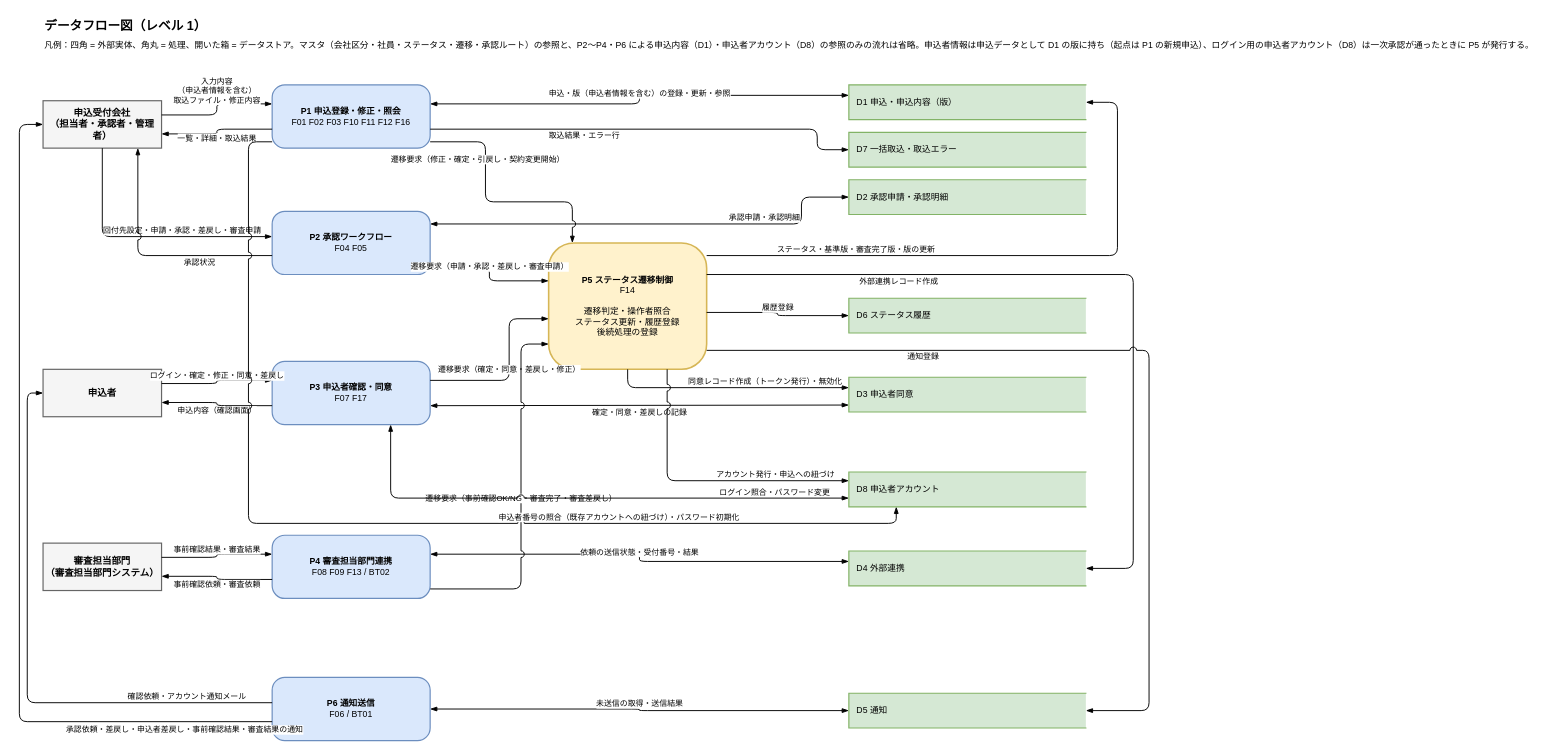
Above: docs/diagrams/dfd.drawio in yasudaProduct/JavaServletSample2 (draw.io), before the change. Source tidied: cells renumbered, new cells numbered last; positions are measured from the earlier drawing's top-left corner, leaving out a move shared by most shapes. Both pictures are drawn from the tidied source at 79%, with x=0, y=0 at pixel (19, 13).
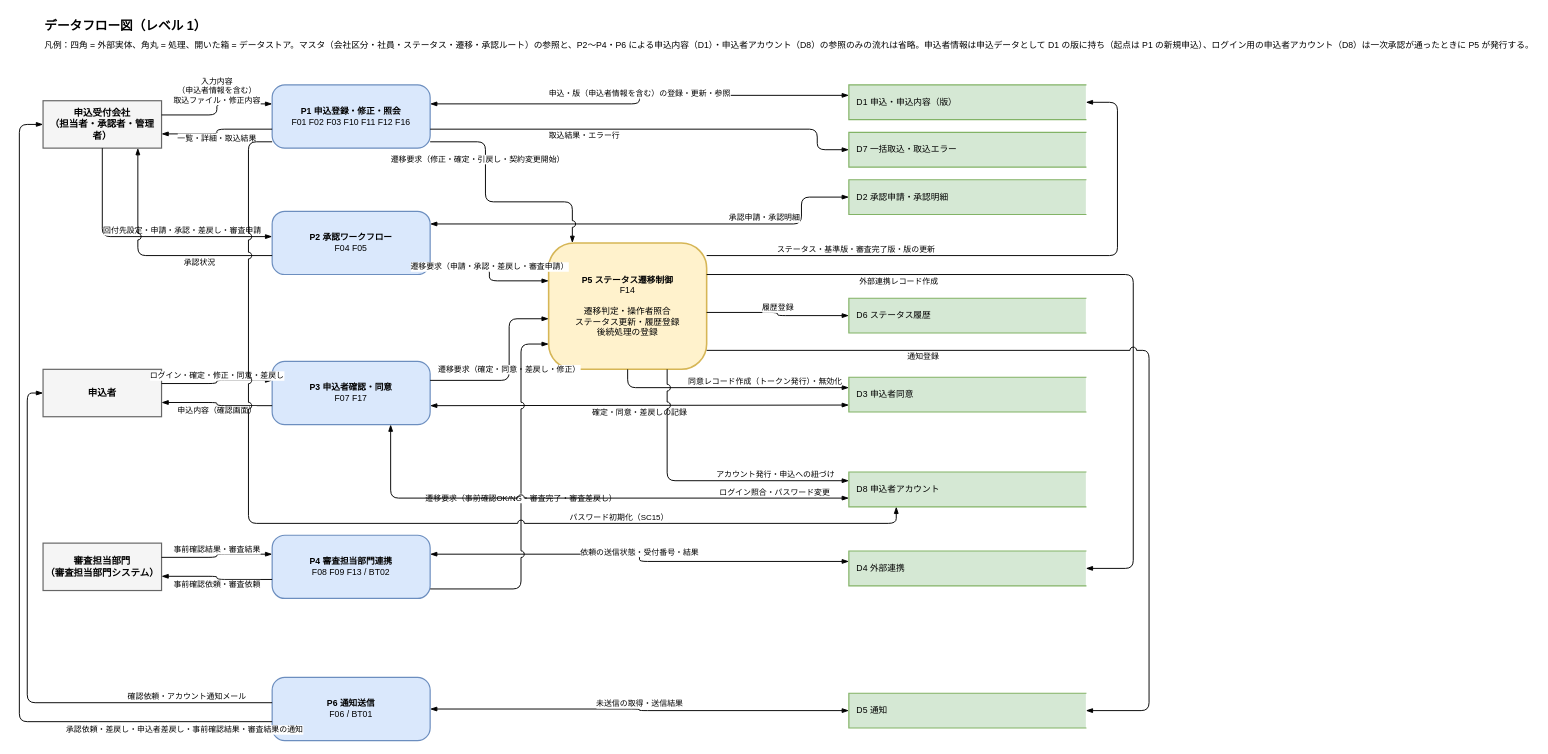
Above is the later version.

Unchanged cells that the change refers to:
```xml
<mxCell id="7" value="&lt;b&gt;P1 申込登録・修正・照会&lt;/b&gt;&lt;br&gt;F01 F02 F03 F10 F11 F12 F16" style="rounded=1;whiteSpace=wrap;html=1;fillColor=#dae8fc;strokeColor=#6c8ebf;fontSize=11;strokeWidth=1.5;arcSize=20;" parent="1" vertex="1">
  <mxGeometry x="320" y="90" width="200" height="80" as="geometry" />
</mxCell>
<mxCell id="45" value="D8 申込者アカウント" style="shape=partialRectangle;whiteSpace=wrap;html=1;right=0;fillColor=#d5e8d4;strokeColor=#82b366;align=left;spacingLeft=8;fontSize=11;strokeWidth=1.5;" parent="1" vertex="1">
  <mxGeometry x="1050" y="580" width="300" height="44" as="geometry" />
</mxCell>
```

What changed in the source:
```diff
@@
-    <mxCell id="46" value="申込者番号の照合（既存アカウントへの紐づけ）・パスワード初期化" style="edgeStyle=orthogonalEdgeStyle;rounded=1;html=1;fontSize=10;strokeWidth=1.2;endArrow=blockThin;endFill=1;labelBackgroundColor=#ffffff;jumpStyle=arc;jumpSize=8;exitX=0;exitY=0.9;exitDx=0;exitDy=0;entryX=0.2;entryY=1;entryDx=0;entryDy=0;" parent="1" edge="1" source="7" target="45">
+    <mxCell id="46" value="パスワード初期化（SC15）" style="edgeStyle=orthogonalEdgeStyle;rounded=1;html=1;fontSize=10;strokeWidth=1.2;endArrow=blockThin;endFill=1;labelBackgroundColor=#ffffff;jumpStyle=arc;jumpSize=8;exitX=0;exitY=0.9;exitDx=0;exitDy=0;entryX=0.2;entryY=1;entryDx=0;entryDy=0;" parent="1" edge="1" source="7" target="45">
       <mxGeometry x="0.45" relative="1" as="geometry">
         <Array as="points">
           <mxPoint x="290" y="162" />
           <mxPoint x="290" y="645" />
           <mxPoint x="1110" y="645" />
         </Array>
         <mxPoint y="-8" as="offset" />
       </mxGeometry>
     </mxCell>
```
